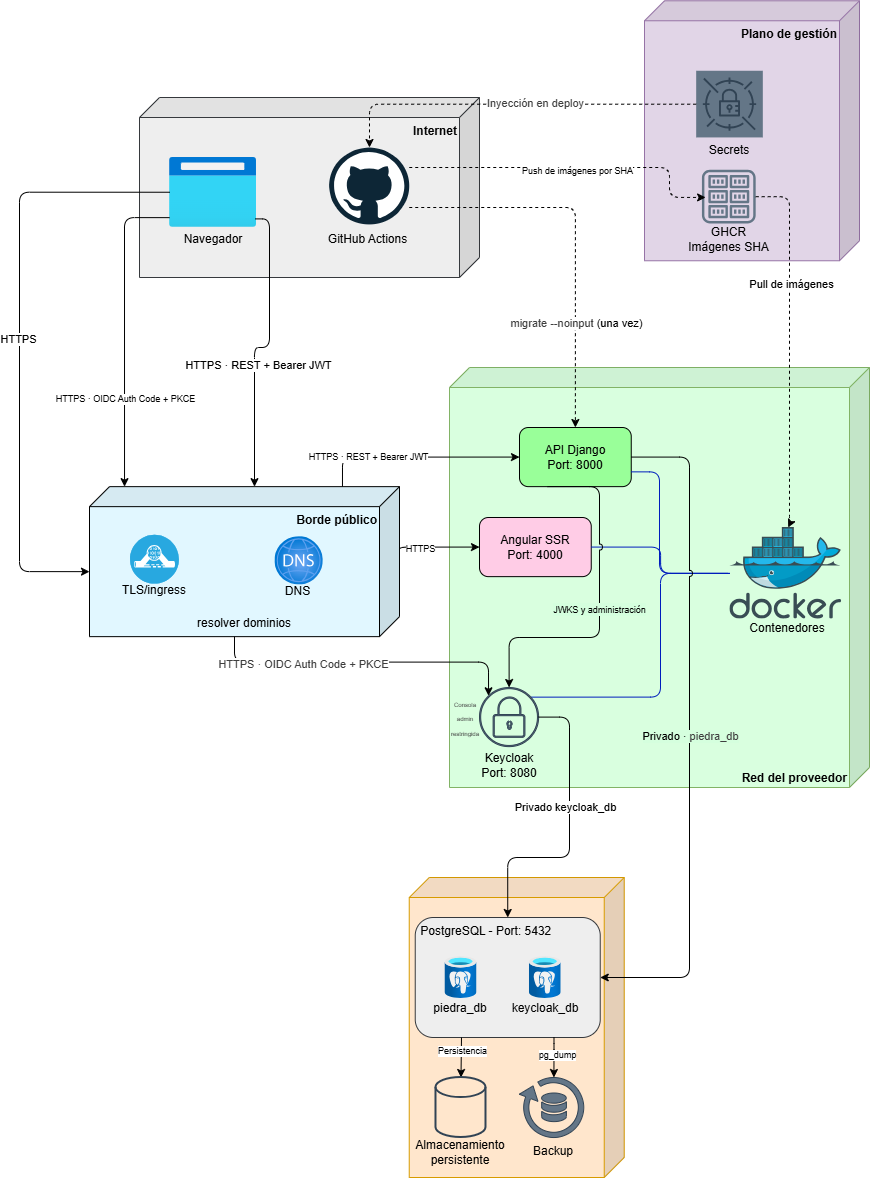
The draw.io diagram docs/architecture/third-cut/exports/deployment-cloud.png in Jonax74/Piedra-Azul-2, before a commit. Source tidied: cells renumbered, new cells last; positions are measured from the earlier drawing's top-left corner, leaving out a move shared by most shapes.
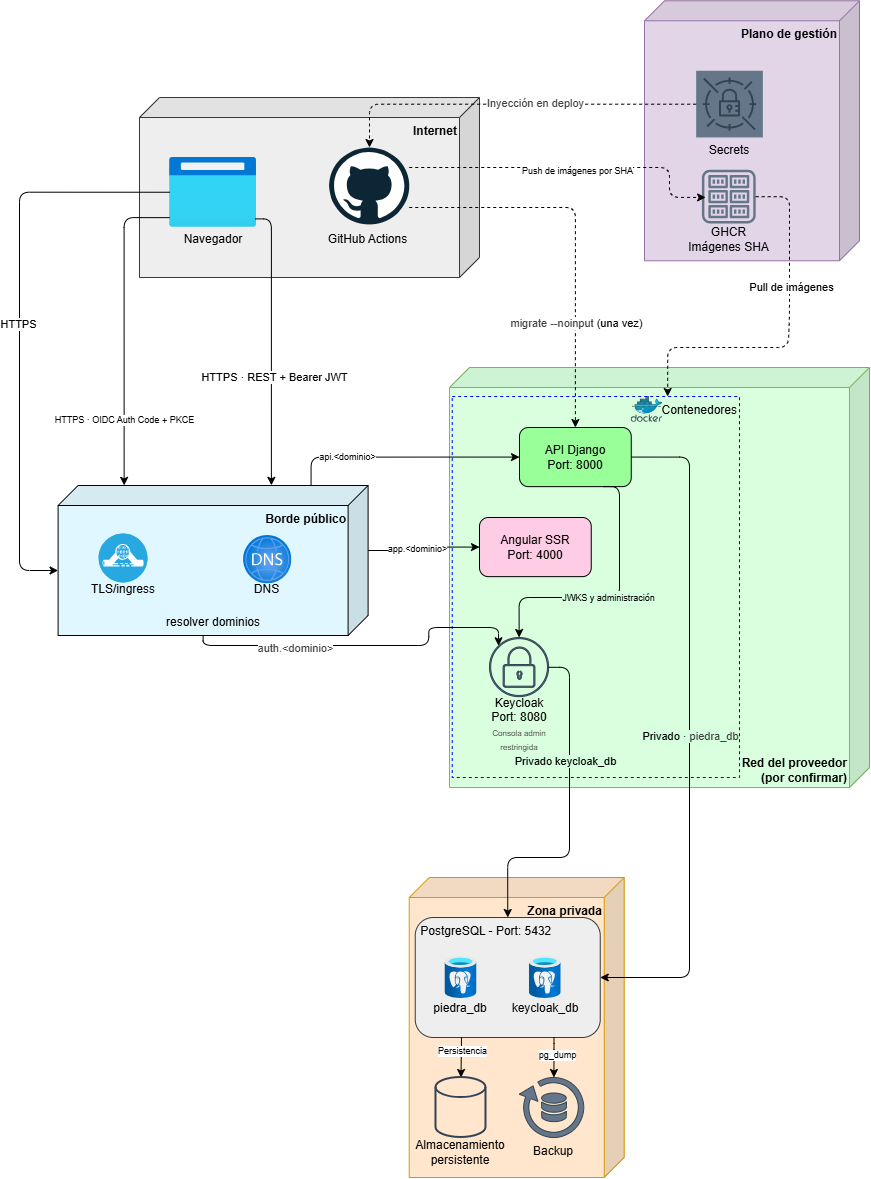
The same diagram one commit later.

Commit message:
Corrección en el diagrama de despliegue en la nube

Change to the diagram source:
```diff
@@ -5,7 +5,7 @@
     <mxCell id="2" style="group;" parent="1" vertex="1">
       <mxGeometry x="430" y="367" width="420" height="420" as="geometry" />
     </mxCell>
-    <mxCell id="3" value="&lt;b&gt;Red del proveedor&lt;/b&gt;" style="shape=cube;whiteSpace=wrap;html=1;boundedLbl=1;backgroundOutline=1;darkOpacity=0.05;darkOpacity2=0.1;flipH=1;legacyAnchorPoints=0;align=right;verticalAlign=bottom;fillColor=#D9FFDF;strokeColor=#82b366;fillStyle=auto;" parent="2" vertex="1">
+    <mxCell id="3" value="&lt;b&gt;Red del proveedor&lt;/b&gt;&lt;div&gt;&lt;b&gt;(por confirmar)&lt;/b&gt;&lt;/div&gt;" style="shape=cube;whiteSpace=wrap;html=1;boundedLbl=1;backgroundOutline=1;darkOpacity=0.05;darkOpacity2=0.1;flipH=1;legacyAnchorPoints=0;align=right;verticalAlign=bottom;fillColor=#D9FFDF;strokeColor=#82b366;fillStyle=auto;" parent="2" vertex="1">
       <mxGeometry width="420" height="420" as="geometry" />
     </mxCell>
     <mxCell id="4" value="API Django&lt;div style=&quot;scrollbar-color: rgba(78, 86, 102, 0.38) rgb(40, 44, 52);&quot;&gt;Port: 8000&lt;/div&gt;" style="rounded=1;whiteSpace=wrap;html=1;roundedPerimeter=1;fillColor=#99FF99;fontColor=#000000;" parent="2" vertex="1">
@@ -15,47 +15,42 @@
       <mxGeometry x="30" y="150" width="111.8" height="59.1" as="geometry" />
     </mxCell>
     <mxCell id="6" style="image;sketch=0;html=1;align=center;fontSize=12;image=img/lib/mscae/Docker.svg;points=[[0.522,0,0],[0.496,1,0],[0.01,0.89,0],[0.99,0.803,0],[0.985,0.244,0],[0.912,0.997,0],[0.038,0.972,0],[0.295,0.107,0]];labelPerimeter=1;" parent="2" vertex="1">
-      <mxGeometry x="280.4" y="160" width="111.8" height="91.6" as="geometry" />
+      <mxGeometry x="181.8" y="29" width="31.5" height="25.8" as="geometry" />
     </mxCell>
-    <mxCell id="7" style="edgeStyle=orthogonalEdgeStyle;html=1;entryX=1;entryY=0.5;entryDx=0;entryDy=0;endArrow=none;endFill=0;fillColor=#0050ef;strokeColor=#001DBC;jumpStyle=arc;" parent="2" edge="1" source="6" target="5">
-      <mxGeometry x="0.05" relative="1" as="geometry" />
-    </mxCell>
-    <mxCell id="8" style="edgeStyle=orthogonalEdgeStyle;html=1;exitX=0.25;exitY=1;exitDx=0;exitDy=0;entryX=0.501;entryY=0;entryDx=0;entryDy=0;entryPerimeter=0;jumpStyle=arc;" parent="2" edge="1" source="4" target="12">
-      <mxGeometry x="0.14" relative="1" as="geometry">
+    <mxCell id="8" style="edgeStyle=orthogonalEdgeStyle;html=1;exitX=0.75;exitY=1;exitDx=0;exitDy=0;entryX=0.501;entryY=0;entryDx=0;entryDy=0;entryPerimeter=0;jumpStyle=arc;" parent="2" edge="1" source="4" target="12">
+      <mxGeometry x="0.03" relative="1" as="geometry">
         <Array as="points">
-          <mxPoint x="150" y="119.1" />
-          <mxPoint x="150" y="270" />
-          <mxPoint x="59.6" y="270" />
+          <mxPoint x="170" y="119.1" />
+          <mxPoint x="170" y="230" />
+          <mxPoint x="69.6" y="230" />
         </Array>
       </mxGeometry>
     </mxCell>
     <mxCell id="9" value="&lt;font style=&quot;font-size: 9px;&quot;&gt;JWKS y administración&lt;/font&gt;" style="edgeLabel;html=1;align=center;verticalAlign=middle;inheritText=fontFamily,fontSize,fontColor,fontStyle,textOpacity,labelBorderColor,labelBorderWidth,labelPadding;labelBackgroundColor=#D5FFDE;" parent="8" vertex="1">
-      <mxGeometry x="0.01" y="-1" relative="1" as="geometry" />
+      <mxGeometry x="0.04" y="-1" relative="1" as="geometry" />
     </mxCell>
-    <mxCell id="10" style="edgeStyle=orthogonalEdgeStyle;html=1;entryX=0.87;entryY=0.163;entryDx=0;entryDy=0;entryPerimeter=0;libavoidRouting=1;endArrow=none;endFill=0;fillColor=#0050ef;strokeColor=#001DBC;jumpStyle=arc;" parent="2" edge="1" source="6" target="12">
-      <mxGeometry relative="1" as="geometry">
-        <Array as="points">
-          <mxPoint x="211" y="206" />
-          <mxPoint x="211" y="330" />
-        </Array>
-      </mxGeometry>
-    </mxCell>
+    <mxCell id="91" style="group;" parent="2" vertex="1">
+      <mxGeometry x="10" y="270" width="105.4" height="106.3" as="geometry" />
+    </mxCell>
-    <mxCell id="11" style="group;" parent="2" vertex="1">
-      <mxGeometry y="320" width="89.1" height="59.1" as="geometry" />
+    <mxCell id="11" style="group;" parent="91" vertex="1">
+      <mxGeometry width="89.1" height="59.1" as="geometry" />
     </mxCell>
     <mxCell id="12" style="sketch=0;verticalLabelPosition=bottom;sketch=0;html=1;verticalAlign=top;strokeColor=#314354;fillColor=#647687;align=center;outlineConnect=0;shape=mxgraph.citrix2.authentication_radius;labelPerimeter=1;fontColor=#ffffff;" parent="11" vertex="1">
       <mxGeometry x="30" width="59.1" height="59.1" as="geometry" />
     </mxCell>
-    <mxCell id="13" value="&lt;span style=&quot;color: rgb(63, 63, 63); font-size: 6px;&quot;&gt;Consola admin restringida&lt;/span&gt;" style="text;html=1;whiteSpace=wrap;strokeColor=none;fillColor=none;align=center;verticalAlign=middle;rounded=0;spacing=0;spacingLeft=0;spacingBottom=0;" parent="11" vertex="1">
-      <mxGeometry y="10.8" width="31.5" height="37.5" as="geometry" />
-    </mxCell>
+    <mxCell id="88" value="Keycloak&lt;div&gt;Port: 8080&lt;br&gt;&lt;span style=&quot;color: rgb(63, 63, 63);&quot;&gt;&lt;font style=&quot;font-size: 8px;&quot;&gt;Consola admin restringida&lt;/font&gt;&lt;/span&gt;&lt;/div&gt;" style="text;html=1;whiteSpace=wrap;strokeColor=none;fillColor=none;align=center;verticalAlign=middle;rounded=0;" parent="91" vertex="1">
+      <mxGeometry x="13.7" y="68.3" width="91.8" height="38" as="geometry" />
+    </mxCell>
+    <mxCell id="87" value="Contenedores" style="rounded=0;whiteSpace=wrap;html=1;fillColor=none;dashed=1;fontColor=#000000;strokeColor=#0000FF;verticalAlign=top;align=right;" parent="2" vertex="1">
+      <mxGeometry x="2.7" y="29" width="287.3" height="381" as="geometry" />
+    </mxCell>
     <mxCell id="14" style="group;" parent="1" vertex="1">
       <mxGeometry x="389.7" y="877" width="215" height="300" as="geometry" />
     </mxCell>
     <mxCell id="15" style="group;" parent="14" vertex="1">
       <mxGeometry width="215" height="300" as="geometry" />
     </mxCell>
-    <mxCell id="16" style="shape=cube;whiteSpace=wrap;html=1;boundedLbl=1;backgroundOutline=1;darkOpacity=0.05;darkOpacity2=0.1;fillColor=#ffe6cc;strokeColor=#d79b00;flipH=1;legacyAnchorPoints=0;" parent="15" vertex="1">
+    <mxCell id="16" value="&lt;b&gt;Zona privada&lt;/b&gt;" style="shape=cube;whiteSpace=wrap;html=1;boundedLbl=1;backgroundOutline=1;darkOpacity=0.05;darkOpacity2=0.1;fillColor=#ffe6cc;strokeColor=#d79b00;flipH=1;legacyAnchorPoints=0;verticalAlign=top;align=right;" parent="15" vertex="1">
       <mxGeometry width="215" height="300" as="geometry" />
     </mxCell>
     <mxCell id="17" style="group;" parent="15" vertex="1">
@@ -120,7 +115,7 @@
       <mxGeometry y="60" width="60" height="30" as="geometry" />
     </mxCell>
     <mxCell id="36" style="group;" parent="1" vertex="1">
-      <mxGeometry x="70" y="486.1" width="310" height="152" as="geometry" />
+      <mxGeometry x="38.6" y="485" width="310" height="152" as="geometry" />
     </mxCell>
     <mxCell id="37" value="&lt;b&gt;Borde público&lt;/b&gt;" style="shape=cube;whiteSpace=wrap;html=1;boundedLbl=1;backgroundOutline=1;darkOpacity=0.05;darkOpacity2=0.1;flipH=1;legacyAnchorPoints=0;verticalAlign=top;align=right;fillColor=#E1F7FF;" parent="36" vertex="1">
       <mxGeometry width="310" height="150" as="geometry" />
@@ -214,50 +209,50 @@
     <mxCell id="65" value="&lt;span style=&quot;color: rgb(0, 0, 0);&quot;&gt;&lt;font style=&quot;font-size: 9px;&quot;&gt;Push de imágenes por SHA&lt;/font&gt;&lt;/span&gt;" style="edgeLabel;html=1;align=center;verticalAlign=middle;inheritText=1;" parent="64" vertex="1">
       <mxGeometry x="0.03" y="-2" relative="1" as="geometry" />
     </mxCell>
-    <mxCell id="66" style="edgeStyle=orthogonalEdgeStyle;html=1;exitX=1;exitY=0;exitDx=0;exitDy=0;entryX=0.5;entryY=0;entryDx=-10;entryDy=0;entryPerimeter=0;" parent="1" edge="1" source="60" target="37">
-      <mxGeometry x="0.03" relative="1" as="geometry">
+    <mxCell id="66" style="edgeStyle=orthogonalEdgeStyle;html=1;exitX=1;exitY=0;exitDx=0;exitDy=0;entryX=0.312;entryY=-0.001;entryDx=0;entryDy=0;entryPerimeter=0;" parent="1" edge="1" source="60" target="37">
+      <mxGeometry x="0.08" relative="1" as="geometry">
         <Array as="points">
-          <mxPoint x="250" y="218.4" />
-          <mxPoint x="250" y="347" />
-          <mxPoint x="235" y="347" />
+          <mxPoint x="251.9" y="218.4" />
         </Array>
       </mxGeometry>
     </mxCell>
     <mxCell id="67" value="&lt;font style=&quot;font-size: 11px;&quot;&gt;HTTPS · REST + Bearer JWT&lt;/font&gt;" style="edgeLabel;html=1;align=center;verticalAlign=middle;inheritText=fontFamily,fontColor,fontStyle,textOpacity,labelBorderColor,labelBorderWidth,labelBackgroundColor,defaultLabelBackgroundColor,labelPadding;fontSize=9;" parent="66" vertex="1">
-      <mxGeometry x="0.18" y="3" relative="1" as="geometry" />
+      <mxGeometry x="0.23" y="3" relative="1" as="geometry" />
     </mxCell>
-    <mxCell id="68" style="edgeStyle=orthogonalEdgeStyle;html=1;exitX=0.001;exitY=0.862;exitDx=0;exitDy=0;fillColor=#6d8764;strokeColor=#000000;entryX=0.887;entryY=0;entryDx=0;entryDy=0;entryPerimeter=0;exitPerimeter=0;" parent="1" edge="1" source="59" target="37">
-      <mxGeometry x="0.51" relative="1" as="geometry">
+    <mxCell id="68" style="edgeStyle=orthogonalEdgeStyle;html=1;exitX=0.001;exitY=0.862;exitDx=0;exitDy=0;fillColor=#6d8764;strokeColor=#000000;entryX=0.787;entryY=-0.001;entryDx=0;entryDy=0;entryPerimeter=0;exitPerimeter=0;" parent="1" edge="1" source="59" target="37">
+      <mxGeometry x="0.66" relative="1" as="geometry">
         <Array as="points">
-          <mxPoint x="105" y="217.1" />
+          <mxPoint x="104.6" y="217.1" />
         </Array>
       </mxGeometry>
     </mxCell>
     <mxCell id="69" value="HTTPS · OIDC Auth Code + PKCE" style="edgeLabel;html=1;align=center;verticalAlign=middle;inheritText=fontFamily,fontColor,fontStyle,textOpacity,labelBorderColor,labelBorderWidth,labelBackgroundColor,defaultLabelBackgroundColor,labelPadding;fontSize=9;" parent="68" vertex="1">
-      <mxGeometry x="0.44" relative="1" as="geometry" />
+      <mxGeometry x="0.59" relative="1" as="geometry" />
     </mxCell>
     <mxCell id="70" style="edgeStyle=orthogonalEdgeStyle;html=1;entryX=1;entryY=0.5;entryDx=0;entryDy=10;exitX=0.003;exitY=0.498;exitDx=0;exitDy=0;exitPerimeter=0;entryPerimeter=0;fillColor=#fa6800;strokeColor=#000000;" parent="1" edge="1" source="59" target="37">
       <mxGeometry x="-0.01" relative="1" as="geometry">
         <Array as="points">
           <mxPoint y="191.7" />
-          <mxPoint y="571.1" />
+          <mxPoint y="570" />
         </Array>
       </mxGeometry>
     </mxCell>
     <mxCell id="71" value="&lt;font style=&quot;font-size: 11px;&quot;&gt;HTTPS&lt;/font&gt;" style="edgeLabel;html=1;align=center;verticalAlign=middle;inheritText=fontFamily,fontColor,fontStyle,textOpacity,labelBorderColor,labelBorderWidth,labelBackgroundColor,defaultLabelBackgroundColor,labelPadding;fontSize=9;" parent="70" vertex="1">
       <mxGeometry x="-0.01" y="-2" relative="1" as="geometry" />
     </mxCell>
-    <mxCell id="72" style="edgeStyle=orthogonalEdgeStyle;html=1;entryX=0.522;entryY=0;entryDx=0;entryDy=0;entryPerimeter=0;dashed=1;" parent="1" edge="1" source="53" target="6">
-      <mxGeometry x="0.16" relative="1" as="geometry">
+    <mxCell id="72" style="edgeStyle=orthogonalEdgeStyle;html=1;entryX=0.75;entryY=0;entryDx=0;entryDy=0;dashed=1;" parent="1" edge="1" source="53" target="87">
+      <mxGeometry x="0.22" relative="1" as="geometry">
         <Array as="points">
           <mxPoint x="770" y="196.2" />
-          <mxPoint x="770" y="524.3" />
-          <mxPoint x="768.7" y="524.3" />
+          <mxPoint x="770" y="317" />
+          <mxPoint x="768.7" y="317" />
+          <mxPoint x="768.7" y="347" />
+          <mxPoint x="648.2" y="347" />
         </Array>
       </mxGeometry>
     </mxCell>
     <mxCell id="73" value="&lt;font style=&quot;font-size: 11px;&quot;&gt;Pull de imágenes&lt;/font&gt;" style="edgeLabel;html=1;align=center;verticalAlign=middle;inheritText=fontFamily,fontColor,fontStyle,textOpacity,labelBorderColor,labelBorderWidth,labelBackgroundColor,defaultLabelBackgroundColor,labelPadding;fontSize=9;" parent="72" vertex="1">
-      <mxGeometry x="-0.34" y="1" relative="1" as="geometry" />
+      <mxGeometry x="-0.3" y="1" relative="1" as="geometry" />
     </mxCell>
     <mxCell id="74" style="edgeStyle=orthogonalEdgeStyle;html=1;libavoidRouting=1;dashed=1;" parent="1" edge="1" source="50" target="62">
       <mxGeometry relative="1" as="geometry">
@@ -276,32 +271,32 @@
         </Array>
       </mxGeometry>
     </mxCell>
-    <mxCell id="77" value="&lt;span style=&quot;color: rgb(0, 0, 0); font-size: 9px;&quot;&gt;HTTPS&lt;/span&gt;" style="edgeLabel;html=1;align=center;verticalAlign=middle;inheritText=1;" parent="76" vertex="1">
-      <mxGeometry x="-0.4" y="-1" relative="1" as="geometry" />
-    </mxCell>
+    <mxCell id="92" value="&lt;span style=&quot;color: rgb(0, 0, 0); font-size: 9px;&quot;&gt;app.&amp;lt;dominio&amp;gt;&lt;/span&gt;" style="edgeLabel;html=1;align=center;verticalAlign=middle;inheritText=1;" parent="76" vertex="1">
+      <mxGeometry x="-0.09" y="-1" relative="1" as="geometry" />
+    </mxCell>
     <mxCell id="78" style="edgeStyle=orthogonalEdgeStyle;html=1;exitX=0.5;exitY=1;exitDx=10;exitDy=0;exitPerimeter=0;entryX=0.153;entryY=0.14;entryDx=0;entryDy=0;entryPerimeter=0;fillColor=#6d8764;strokeColor=#000000;" parent="1" edge="1" source="37" target="12">
       <mxGeometry x="0.31" relative="1" as="geometry" />
     </mxCell>
-    <mxCell id="79" value="&lt;span style=&quot;color: rgb(63, 63, 63);&quot;&gt;HTTPS · OIDC Auth Code + PKCE&lt;/span&gt;" style="edgeLabel;html=1;align=center;verticalAlign=middle;inheritText=1;" parent="78" vertex="1">
+    <mxCell id="79" value="&lt;span style=&quot;color: rgb(63, 63, 63);&quot;&gt;auth.&amp;lt;dominio&amp;gt;&lt;/span&gt;" style="edgeLabel;html=1;align=center;verticalAlign=middle;inheritText=1;" parent="78" vertex="1">
       <mxGeometry x="-0.4" y="-2" relative="1" as="geometry" />
     </mxCell>
     <mxCell id="80" style="edgeStyle=orthogonalEdgeStyle;html=1;exitX=0.184;exitY=0;exitDx=0;exitDy=0;exitPerimeter=0;entryX=0;entryY=0.5;entryDx=0;entryDy=0;" parent="1" edge="1" source="37" target="4">
       <mxGeometry x="0.06" relative="1" as="geometry" />
     </mxCell>
-    <mxCell id="81" value="&lt;span style=&quot;color: rgb(0, 0, 0); font-size: 9px;&quot;&gt;HTTPS · REST + Bearer JWT&lt;/span&gt;" style="edgeLabel;html=1;align=center;verticalAlign=middle;inheritText=1;" parent="80" vertex="1">
+    <mxCell id="81" value="&lt;span style=&quot;color: rgb(0, 0, 0); font-size: 9px;&quot;&gt;api.&amp;lt;dominio&amp;gt;&lt;/span&gt;" style="edgeLabel;html=1;align=center;verticalAlign=middle;inheritText=1;" parent="80" vertex="1">
       <mxGeometry x="-0.46" y="1" relative="1" as="geometry" />
     </mxCell>
-    <mxCell id="82" style="edgeStyle=orthogonalEdgeStyle;html=1;entryX=0.5;entryY=0;entryDx=0;entryDy=0;" parent="1" edge="1" source="12" target="18">
-      <mxGeometry relative="1" as="geometry">
+    <mxCell id="82" style="edgeStyle=orthogonalEdgeStyle;html=1;entryX=0.5;entryY=0;entryDx=0;entryDy=0;exitX=1;exitY=0.504;exitDx=0;exitDy=0;exitPerimeter=0;" parent="1" edge="1" source="12" target="18">
+      <mxGeometry x="-0.11" relative="1" as="geometry">
         <Array as="points">
-          <mxPoint x="550" y="716.6" />
+          <mxPoint x="550" y="666.8" />
           <mxPoint x="550" y="857" />
           <mxPoint x="488.2" y="857" />
         </Array>
       </mxGeometry>
     </mxCell>
-    <mxCell id="83" value="Privado keycloak_db" style="edgeLabel;html=1;align=center;verticalAlign=middle;inheritText=1;" parent="82" vertex="1">
-      <mxGeometry x="-0.18" y="-5" relative="1" as="geometry" />
+    <mxCell id="83" value="Privado keycloak_db" style="edgeLabel;html=1;align=center;verticalAlign=middle;inheritText=fontFamily,fontSize,fontColor,fontStyle,textOpacity,labelBorderColor,labelBorderWidth,labelPadding;labelBackgroundColor=#D5FFDE;" parent="82" vertex="1">
+      <mxGeometry x="-0.31" y="-5" relative="1" as="geometry" />
     </mxCell>
     <mxCell id="84" style="edgeStyle=orthogonalEdgeStyle;html=1;entryX=0.5;entryY=0;entryDx=0;entryDy=0;dashed=1;" parent="1" edge="1" source="62" target="4">
       <mxGeometry x="0.02" relative="1" as="geometry">
@@ -313,21 +308,6 @@
     <mxCell id="85" value="&lt;code dir=&quot;ltr&quot; style=&quot;font-family: Helvetica; scrollbar-color: rgba(78, 86, 102, 0.38) rgb(40, 44, 52); color: rgb(63, 63, 63); background-color: rgba(255, 255, 255, 0.1);&quot;&gt;migrate --noinput&lt;/code&gt;&lt;span style=&quot;scrollbar-color: rgba(78, 86, 102, 0.38) rgb(40, 44, 52); color: rgb(0, 0, 0);&quot;&gt; (una vez)&lt;/span&gt;" style="edgeLabel;html=1;align=center;verticalAlign=middle;inheritText=1;" parent="84" vertex="1">
       <mxGeometry x="0.46" y="1" relative="1" as="geometry" />
     </mxCell>
-    <mxCell id="86" style="edgeStyle=orthogonalEdgeStyle;html=1;entryX=1;entryY=0.75;entryDx=0;entryDy=0;endArrow=none;endFill=0;fillColor=#0050ef;strokeColor=#001DBC;jumpStyle=none;" parent="1" edge="1" target="4">
-      <mxGeometry x="-0.41" relative="1" as="geometry">
-        <mxPoint x="708.4" y="572.8" as="sourcePoint" />
-        <Array as="points">
-          <mxPoint x="640" y="572.8" />
-          <mxPoint x="640" y="471.4" />
-        </Array>
-      </mxGeometry>
-    </mxCell>
-    <mxCell id="87" value="Contenedores" style="text;html=1;whiteSpace=wrap;strokeColor=none;fillColor=none;align=center;verticalAlign=middle;rounded=0;" parent="1" vertex="1">
-      <mxGeometry x="710" y="609.5" width="115.6" height="37.5" as="geometry" />
-    </mxCell>
-    <mxCell id="88" value="Keycloak&lt;div&gt;Port: 8080&lt;/div&gt;" style="text;html=1;whiteSpace=wrap;strokeColor=none;fillColor=none;align=center;verticalAlign=middle;rounded=0;" parent="1" vertex="1">
-      <mxGeometry x="443.7" y="746.1" width="91.8" height="38" as="geometry" />
-    </mxCell>
     <mxCell id="89" style="edgeStyle=orthogonalEdgeStyle;html=1;entryX=1;entryY=0.5;entryDx=0;entryDy=0;exitX=1;exitY=0.5;exitDx=0;exitDy=0;jumpStyle=arc;" parent="1" edge="1" source="4" target="18">
       <mxGeometry x="-0.42" relative="1" as="geometry">
         <Array as="points">
```
